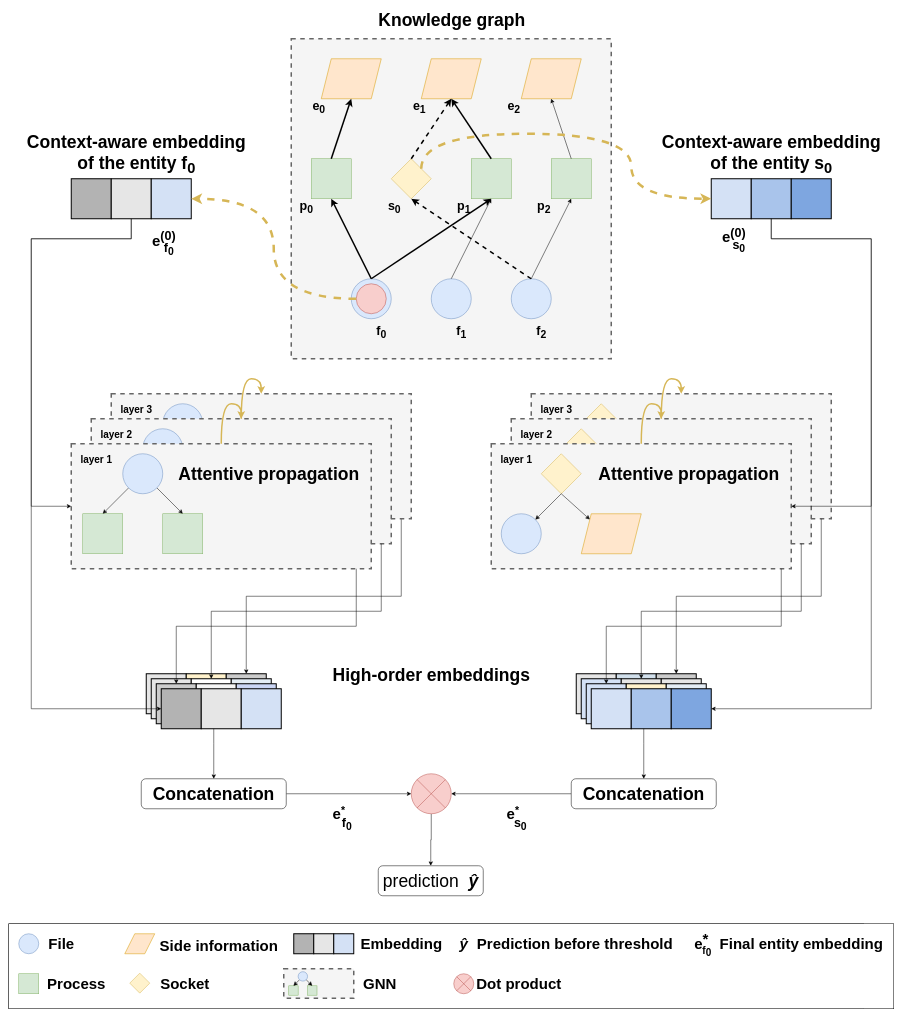
jctemp/paper-gnn-shadewatcher keeps this draw.io diagram as page "arch-vertical" (2 of 6) of figures/shadewatcher-illustrations.drawio. Above is the earlier version. Source tidied: cells renumbered, new cells numbered last; positions are measured from the earlier drawing's top-left corner, leaving out a move shared by most shapes. Both pictures are drawn from the tidied source at 50%, with x=0, y=0 at pixel (8, 18).
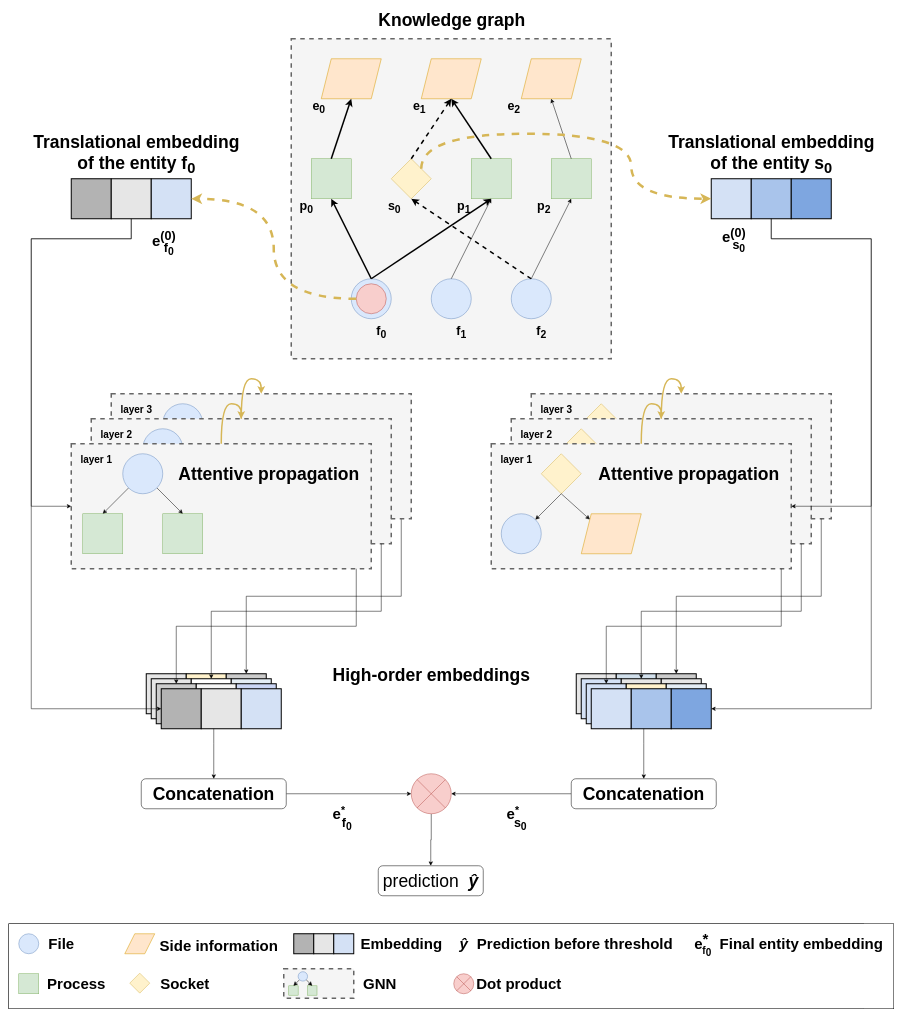
Above is the later version.

Diff of the diagram source:
```diff
@@
-    <mxCell id="153" value="&lt;b style=&quot;border-color: var(--border-color); font-size: 11px;&quot;&gt;&lt;font style=&quot;border-color: var(--border-color); font-size: 25px;&quot;&gt;&lt;b style=&quot;border-color: var(--border-color); font-size: 35px;&quot;&gt;Context-aware embedding&lt;br style=&quot;border-color: var(--border-color);&quot;&gt;of&amp;nbsp;the entity f&lt;sub style=&quot;border-color: var(--border-color);&quot;&gt;0&lt;/sub&gt;&lt;/b&gt;&lt;/font&gt;&lt;/b&gt;" style="text;html=1;align=center;verticalAlign=middle;strokeColor=none;fillColor=none;" parent="1" vertex="1">
-      <mxGeometry x="25" y="220" width="460" height="100" as="geometry" />
+    <mxCell id="153" value="&lt;b style=&quot;border-color: var(--border-color); font-size: 11px;&quot;&gt;&lt;font style=&quot;border-color: var(--border-color); font-size: 25px;&quot;&gt;&lt;b style=&quot;border-color: var(--border-color); font-size: 35px;&quot;&gt;Translational embedding&lt;br style=&quot;border-color: var(--border-color);&quot;&gt;of&amp;nbsp;the entity f&lt;sub style=&quot;border-color: var(--border-color);&quot;&gt;0&lt;/sub&gt;&lt;/b&gt;&lt;/font&gt;&lt;/b&gt;" style="text;html=1;align=center;verticalAlign=middle;strokeColor=none;fillColor=none;" parent="1" vertex="1">
+      <mxGeometry x="35" y="220" width="440" height="100" as="geometry" />
     </mxCell>
-    <mxCell id="154" value="&lt;b style=&quot;border-color: var(--border-color); font-size: 35px;&quot;&gt;Context-aware embedding&lt;br style=&quot;border-color: var(--border-color);&quot;&gt;of&amp;nbsp;the entity s&lt;sub style=&quot;border-color: var(--border-color);&quot;&gt;0&lt;/sub&gt;&lt;/b&gt;" style="text;html=1;align=center;verticalAlign=middle;strokeColor=none;fillColor=none;" parent="1" vertex="1">
-      <mxGeometry x="1295" y="220" width="460" height="100" as="geometry" />
+    <mxCell id="154" value="&lt;b style=&quot;border-color: var(--border-color); font-size: 35px;&quot;&gt;&lt;b style=&quot;border-color: var(--border-color); font-size: 11px;&quot;&gt;&lt;font style=&quot;border-color: var(--border-color); font-size: 25px;&quot;&gt;&lt;b style=&quot;border-color: var(--border-color); font-size: 35px;&quot;&gt;Translational embedding&lt;/b&gt;&lt;/font&gt;&lt;/b&gt;&lt;br style=&quot;border-color: var(--border-color);&quot;&gt;of&amp;nbsp;the entity s&lt;sub style=&quot;border-color: var(--border-color);&quot;&gt;0&lt;/sub&gt;&lt;/b&gt;" style="text;html=1;align=center;verticalAlign=middle;strokeColor=none;fillColor=none;" parent="1" vertex="1">
+      <mxGeometry x="1305" y="220" width="440" height="100" as="geometry" />
     </mxCell>
```
